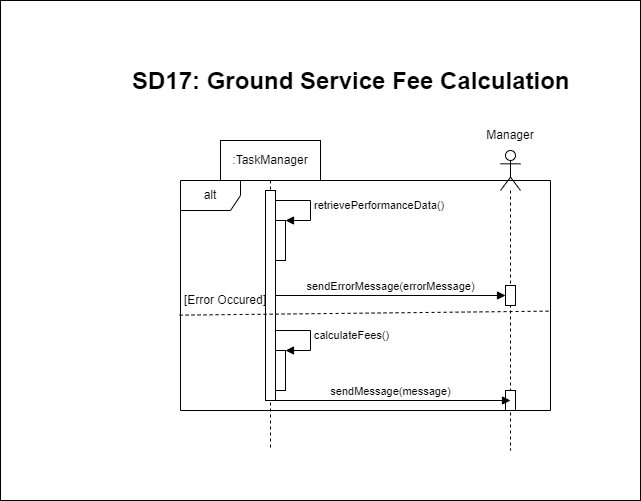
Above: Diagramms/Sequence Diagrams/SequenceDiagram17.png in Smr002/Group01_Airport_Management_System (draw.io), before the change. Source tidied: cells renumbered, new cells last; positions are measured from the earlier drawing's top-left corner, leaving out a move shared by most shapes.
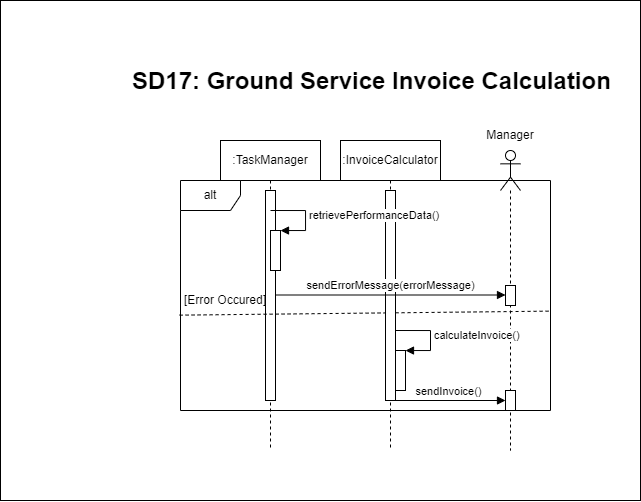
After the change.

Commit message:
fixing seqeunce diagram 17

Change to the diagram source:
```diff
@@ -11,31 +11,7 @@
     <mxCell id="4" style="html=1;points=[];perimeter=orthogonalPerimeter;outlineConnect=0;targetShapes=umlLifeline;portConstraint=eastwest;newEdgeStyle={&quot;edgeStyle&quot;:&quot;elbowEdgeStyle&quot;,&quot;elbow&quot;:&quot;vertical&quot;,&quot;curved&quot;:0,&quot;rounded&quot;:0};" parent="3" vertex="1">
       <mxGeometry x="45" y="50" width="10" height="210" as="geometry" />
     </mxCell>
-    <mxCell id="5" value="&lt;span style=&quot;color: rgba(0, 0, 0, 0); font-family: monospace; font-size: 0px; text-align: start;&quot;&gt;%3CmxGraphModel%3E%3Croot%3E%3CmxCell%20id%3D%220%22%2F%3E%3CmxCell%20id%3D%221%22%20parent%3D%220%22%2F%3E%3CmxCell%20id%3D%222%22%20value%3D%22%22%20style%3D%22html%3D1%3Bpoints%3D%5B%5B0%2C0%2C0%2C0%2C5%5D%2C%5B0%2C1%2C0%2C0%2C-5%5D%2C%5B1%2C0%2C0%2C0%2C5%5D%2C%5B1%2C1%2C0%2C0%2C-5%5D%5D%3Bperimeter%3DorthogonalPerimeter%3BoutlineConnect%3D0%3BtargetShapes%3DumlLifeline%3BportConstraint%3Deastwest%3BnewEdgeStyle%3D%7B%26quot%3Bcurved%26quot%3B%3A0%2C%26quot%3Brounded%26quot%3B%3A0%7D%3B%22%20vertex%3D%221%22%20parent%3D%221%22%3E%3CmxGeometry%20x%3D%22315%22%20y%3D%22150%22%20width%3D%2210%22%20height%3D%2240%22%20as%3D%22geometry%22%2F%3E%3C%2FmxCell%3E%3CmxCell%20id%3D%223%22%20value%3D%22validateCredentials(username%2Cpassword)%22%20style%3D%22html%3D1%3Balign%3Dleft%3BspacingLeft%3D2%3BendArrow%3Dblock%3Brounded%3D0%3BedgeStyle%3DorthogonalEdgeStyle%3Bcurved%3D0%3Brounded%3D0%3B%22%20edge%3D%221%22%20target%3D%222%22%20parent%3D%221%22%3E%3CmxGeometry%20relative%3D%221%22%20as%3D%22geometry%22%3E%3CmxPoint%20x%3D%22315%22%20y%3D%22130%22%20as%3D%22sourcePoint%22%2F%3E%3CArray%20as%3D%22points%22%3E%3CmxPoint%20x%3D%22350%22%20y%3D%22130%22%2F%3E%3CmxPoint%20x%3D%22350%22%20y%3D%22150%22%2F%3E%3C%2FArray%3E%3CmxPoint%20x%3D%22325%22%20y%3D%22140%22%20as%3D%22targetPoint%22%2F%3E%3C%2FmxGeometry%3E%3C%2FmxCell%3E%3C%2Froot%3E%3C%2FmxGraphModel%3E&lt;/span&gt;" style="html=1;points=[[0,0,0,0,5],[0,1,0,0,-5],[1,0,0,0,5],[1,1,0,0,-5]];perimeter=orthogonalPerimeter;outlineConnect=0;targetShapes=umlLifeline;portConstraint=eastwest;newEdgeStyle={&quot;curved&quot;:0,&quot;rounded&quot;:0};" parent="3" vertex="1">
-      <mxGeometry x="55" y="80" width="10" height="40" as="geometry" />
-    </mxCell>
-    <mxCell id="6" value="retrievePerformanceData()" style="html=1;align=left;spacingLeft=2;endArrow=block;rounded=0;edgeStyle=orthogonalEdgeStyle;curved=0;rounded=0;" parent="3" edge="1" target="5">
-      <mxGeometry relative="1" as="geometry">
-        <mxPoint x="55" y="60" as="sourcePoint" />
-        <Array as="points">
-          <mxPoint x="90" y="60" />
-          <mxPoint x="90" y="80" />
-        </Array>
-      </mxGeometry>
-    </mxCell>
-    <mxCell id="7" value="&lt;span style=&quot;color: rgba(0, 0, 0, 0); font-family: monospace; font-size: 0px; text-align: start;&quot;&gt;%3CmxGraphModel%3E%3Croot%3E%3CmxCell%20id%3D%220%22%2F%3E%3CmxCell%20id%3D%221%22%20parent%3D%220%22%2F%3E%3CmxCell%20id%3D%222%22%20value%3D%22%22%20style%3D%22html%3D1%3Bpoints%3D%5B%5B0%2C0%2C0%2C0%2C5%5D%2C%5B0%2C1%2C0%2C0%2C-5%5D%2C%5B1%2C0%2C0%2C0%2C5%5D%2C%5B1%2C1%2C0%2C0%2C-5%5D%5D%3Bperimeter%3DorthogonalPerimeter%3BoutlineConnect%3D0%3BtargetShapes%3DumlLifeline%3BportConstraint%3Deastwest%3BnewEdgeStyle%3D%7B%26quot%3Bcurved%26quot%3B%3A0%2C%26quot%3Brounded%26quot%3B%3A0%7D%3B%22%20vertex%3D%221%22%20parent%3D%221%22%3E%3CmxGeometry%20x%3D%22315%22%20y%3D%22150%22%20width%3D%2210%22%20height%3D%2240%22%20as%3D%22geometry%22%2F%3E%3C%2FmxCell%3E%3CmxCell%20id%3D%223%22%20value%3D%22validateCredentials(username%2Cpassword)%22%20style%3D%22html%3D1%3Balign%3Dleft%3BspacingLeft%3D2%3BendArrow%3Dblock%3Brounded%3D0%3BedgeStyle%3DorthogonalEdgeStyle%3Bcurved%3D0%3Brounded%3D0%3B%22%20edge%3D%221%22%20target%3D%222%22%20parent%3D%221%22%3E%3CmxGeometry%20relative%3D%221%22%20as%3D%22geometry%22%3E%3CmxPoint%20x%3D%22315%22%20y%3D%22130%22%20as%3D%22sourcePoint%22%2F%3E%3CArray%20as%3D%22points%22%3E%3CmxPoint%20x%3D%22350%22%20y%3D%22130%22%2F%3E%3CmxPoint%20x%3D%22350%22%20y%3D%22150%22%2F%3E%3C%2FArray%3E%3CmxPoint%20x%3D%22325%22%20y%3D%22140%22%20as%3D%22targetPoint%22%2F%3E%3C%2FmxGeometry%3E%3C%2FmxCell%3E%3C%2Froot%3E%3C%2FmxGraphModel%3E&lt;/span&gt;" style="html=1;points=[[0,0,0,0,5],[0,1,0,0,-5],[1,0,0,0,5],[1,1,0,0,-5]];perimeter=orthogonalPerimeter;outlineConnect=0;targetShapes=umlLifeline;portConstraint=eastwest;newEdgeStyle={&quot;curved&quot;:0,&quot;rounded&quot;:0};" parent="3" vertex="1">
-      <mxGeometry x="55" y="210" width="10" height="40" as="geometry" />
-    </mxCell>
-    <mxCell id="8" value="calculateFees()" style="html=1;align=left;spacingLeft=2;endArrow=block;rounded=0;edgeStyle=orthogonalEdgeStyle;curved=0;rounded=0;" parent="3" edge="1" target="7">
-      <mxGeometry relative="1" as="geometry">
-        <mxPoint x="55" y="190" as="sourcePoint" />
-        <Array as="points">
-          <mxPoint x="90" y="190" />
-          <mxPoint x="90" y="210" />
-        </Array>
-      </mxGeometry>
-    </mxCell>
-    <mxCell id="9" value="&lt;h1 style=&quot;margin-top: 0px;&quot;&gt;SD17: Ground Service Fee Calculation&lt;/h1&gt;" style="text;html=1;whiteSpace=wrap;overflow=hidden;rounded=0;" parent="1" vertex="1">
+    <mxCell id="9" value="&lt;h1 style=&quot;margin-top: 0px;&quot;&gt;SD17: Ground Service Invoice Calculation&lt;/h1&gt;" style="text;html=1;whiteSpace=wrap;overflow=hidden;rounded=0;" parent="1" vertex="1">
       <mxGeometry x="130" y="60" width="490" height="40" as="geometry" />
     </mxCell>
     <mxCell id="10" style="shape=umlLifeline;perimeter=lifelinePerimeter;whiteSpace=wrap;html=1;newEdgeStyle={&quot;curved&quot;:0,&quot;rounded&quot;:0};participant=umlActor;" parent="1" vertex="1">
@@ -56,19 +32,51 @@
     <mxCell id="15" value="[Error Occured]" style="text;strokeColor=none;align=center;fillColor=none;html=1;verticalAlign=middle;whiteSpace=wrap;rounded=0;" parent="1" vertex="1">
       <mxGeometry x="180" y="287.5" width="90" height="25" as="geometry" />
     </mxCell>
+    <mxCell id="17" style="endArrow=none;dashed=1;html=1;rounded=0;exitX=0.002;exitY=0.476;exitDx=0;exitDy=0;exitPerimeter=0;entryX=0.997;entryY=0.568;entryDx=0;entryDy=0;entryPerimeter=0;" parent="1" edge="1" target="14">
+      <mxGeometry relative="1" as="geometry">
+        <mxPoint x="179.1" y="314.6" as="sourcePoint" />
+      </mxGeometry>
+    </mxCell>
+    <mxCell id="19" value=":InvoiceCalculator" style="shape=umlLifeline;perimeter=lifelinePerimeter;whiteSpace=wrap;html=1;newEdgeStyle={&quot;edgeStyle&quot;:&quot;elbowEdgeStyle&quot;,&quot;elbow&quot;:&quot;vertical&quot;,&quot;curved&quot;:0,&quot;rounded&quot;:0};" parent="1" vertex="1">
+      <mxGeometry x="340" y="140" width="100" height="310" as="geometry" />
+    </mxCell>
+    <mxCell id="20" style="html=1;perimeter=orthogonalPerimeter;targetShapes=umlLifeline;newEdgeStyle={&quot;edgeStyle&quot;:&quot;elbowEdgeStyle&quot;,&quot;elbow&quot;:&quot;vertical&quot;,&quot;curved&quot;:0,&quot;rounded&quot;:0};" parent="19" vertex="1">
+      <mxGeometry x="45" y="50" width="10" height="210" as="geometry" />
+    </mxCell>
+    <mxCell id="7" value="&lt;span style=&quot;color: rgba(0, 0, 0, 0); font-family: monospace; font-size: 0px; text-align: start;&quot;&gt;%3CmxGraphModel%3E%3Croot%3E%3CmxCell%20id%3D%220%22%2F%3E%3CmxCell%20id%3D%221%22%20parent%3D%220%22%2F%3E%3CmxCell%20id%3D%222%22%20value%3D%22%22%20style%3D%22html%3D1%3Bpoints%3D%5B%5B0%2C0%2C0%2C0%2C5%5D%2C%5B0%2C1%2C0%2C0%2C-5%5D%2C%5B1%2C0%2C0%2C0%2C5%5D%2C%5B1%2C1%2C0%2C0%2C-5%5D%5D%3Bperimeter%3DorthogonalPerimeter%3BoutlineConnect%3D0%3BtargetShapes%3DumlLifeline%3BportConstraint%3Deastwest%3BnewEdgeStyle%3D%7B%26quot%3Bcurved%26quot%3B%3A0%2C%26quot%3Brounded%26quot%3B%3A0%7D%3B%22%20vertex%3D%221%22%20parent%3D%221%22%3E%3CmxGeometry%20x%3D%22315%22%20y%3D%22150%22%20width%3D%2210%22%20height%3D%2240%22%20as%3D%22geometry%22%2F%3E%3C%2FmxCell%3E%3CmxCell%20id%3D%223%22%20value%3D%22validateCredentials(username%2Cpassword)%22%20style%3D%22html%3D1%3Balign%3Dleft%3BspacingLeft%3D2%3BendArrow%3Dblock%3Brounded%3D0%3BedgeStyle%3DorthogonalEdgeStyle%3Bcurved%3D0%3Brounded%3D0%3B%22%20edge%3D%221%22%20target%3D%222%22%20parent%3D%221%22%3E%3CmxGeometry%20relative%3D%221%22%20as%3D%22geometry%22%3E%3CmxPoint%20x%3D%22315%22%20y%3D%22130%22%20as%3D%22sourcePoint%22%2F%3E%3CArray%20as%3D%22points%22%3E%3CmxPoint%20x%3D%22350%22%20y%3D%22130%22%2F%3E%3CmxPoint%20x%3D%22350%22%20y%3D%22150%22%2F%3E%3C%2FArray%3E%3CmxPoint%20x%3D%22325%22%20y%3D%22140%22%20as%3D%22targetPoint%22%2F%3E%3C%2FmxGeometry%3E%3C%2FmxCell%3E%3C%2Froot%3E%3C%2FmxGraphModel%3E&lt;/span&gt;" style="html=1;points=[[0,0,0,0,5],[0,1,0,0,-5],[1,0,0,0,5],[1,1,0,0,-5]];perimeter=orthogonalPerimeter;outlineConnect=0;targetShapes=umlLifeline;portConstraint=eastwest;newEdgeStyle={&quot;curved&quot;:0,&quot;rounded&quot;:0};" parent="19" vertex="1">
+      <mxGeometry x="55" y="210" width="10" height="40" as="geometry" />
+    </mxCell>
+    <mxCell id="21" value="calculateInvoice()" style="html=1;align=left;spacingLeft=2;endArrow=block;rounded=0;edgeStyle=orthogonalEdgeStyle;curved=0;rounded=0;" parent="19" edge="1" target="7">
+      <mxGeometry relative="1" as="geometry">
+        <mxPoint x="55" y="190" as="sourcePoint" />
+        <Array as="points">
+          <mxPoint x="90" y="190" />
+          <mxPoint x="90" y="210" />
+        </Array>
+      </mxGeometry>
+    </mxCell>
-    <mxCell id="16" value="sendErrorMessage(errorMessage)" style="html=1;verticalAlign=bottom;endArrow=block;curved=0;rounded=0;" parent="1" edge="1" source="4" target="11">
-      <mxGeometry relative="1" as="geometry" />
+    <mxCell id="16" value="sendErrorMessage(errorMessage)" style="html=1;verticalAlign=bottom;endArrow=block;curved=0;rounded=0;" parent="1" edge="1">
+      <mxGeometry relative="1" as="geometry">
+        <mxPoint x="275" y="294.5" as="sourcePoint" />
+        <mxPoint x="505" y="294.5" as="targetPoint" />
+      </mxGeometry>
     </mxCell>
-    <mxCell id="17" style="endArrow=none;dashed=1;html=1;rounded=0;exitX=0.002;exitY=0.476;exitDx=0;exitDy=0;exitPerimeter=0;entryX=0.997;entryY=0.568;entryDx=0;entryDy=0;entryPerimeter=0;" parent="1" edge="1" target="14">
-      <mxGeometry relative="1" as="geometry">
-        <mxPoint x="179.1" y="314.6" as="sourcePoint" />
-      </mxGeometry>
-    </mxCell>
-    <mxCell id="18" value="sendMessage(message)" style="html=1;verticalAlign=bottom;endArrow=block;curved=0;rounded=0;" parent="1" edge="1">
-      <mxGeometry relative="1" as="geometry">
-        <mxPoint x="270" y="400" as="sourcePoint" />
-        <mxPoint x="510" y="400" as="targetPoint" />
-      </mxGeometry>
-    </mxCell>
+    <mxCell id="5" value="&lt;span style=&quot;color: rgba(0, 0, 0, 0); font-family: monospace; font-size: 0px; text-align: start;&quot;&gt;%3CmxGraphModel%3E%3Croot%3E%3CmxCell%20id%3D%220%22%2F%3E%3CmxCell%20id%3D%221%22%20parent%3D%220%22%2F%3E%3CmxCell%20id%3D%222%22%20value%3D%22%22%20style%3D%22html%3D1%3Bpoints%3D%5B%5B0%2C0%2C0%2C0%2C5%5D%2C%5B0%2C1%2C0%2C0%2C-5%5D%2C%5B1%2C0%2C0%2C0%2C5%5D%2C%5B1%2C1%2C0%2C0%2C-5%5D%5D%3Bperimeter%3DorthogonalPerimeter%3BoutlineConnect%3D0%3BtargetShapes%3DumlLifeline%3BportConstraint%3Deastwest%3BnewEdgeStyle%3D%7B%26quot%3Bcurved%26quot%3B%3A0%2C%26quot%3Brounded%26quot%3B%3A0%7D%3B%22%20vertex%3D%221%22%20parent%3D%221%22%3E%3CmxGeometry%20x%3D%22315%22%20y%3D%22150%22%20width%3D%2210%22%20height%3D%2240%22%20as%3D%22geometry%22%2F%3E%3C%2FmxCell%3E%3CmxCell%20id%3D%223%22%20value%3D%22validateCredentials(username%2Cpassword)%22%20style%3D%22html%3D1%3Balign%3Dleft%3BspacingLeft%3D2%3BendArrow%3Dblock%3Brounded%3D0%3BedgeStyle%3DorthogonalEdgeStyle%3Bcurved%3D0%3Brounded%3D0%3B%22%20edge%3D%221%22%20target%3D%222%22%20parent%3D%221%22%3E%3CmxGeometry%20relative%3D%221%22%20as%3D%22geometry%22%3E%3CmxPoint%20x%3D%22315%22%20y%3D%22130%22%20as%3D%22sourcePoint%22%2F%3E%3CArray%20as%3D%22points%22%3E%3CmxPoint%20x%3D%22350%22%20y%3D%22130%22%2F%3E%3CmxPoint%20x%3D%22350%22%20y%3D%22150%22%2F%3E%3C%2FArray%3E%3CmxPoint%20x%3D%22325%22%20y%3D%22140%22%20as%3D%22targetPoint%22%2F%3E%3C%2FmxGeometry%3E%3C%2FmxCell%3E%3C%2Froot%3E%3C%2FmxGraphModel%3E&lt;/span&gt;" style="html=1;points=[[0,0,0,0,5],[0,1,0,0,-5],[1,0,0,0,5],[1,1,0,0,-5]];perimeter=orthogonalPerimeter;outlineConnect=0;targetShapes=umlLifeline;portConstraint=eastwest;newEdgeStyle={&quot;curved&quot;:0,&quot;rounded&quot;:0};" parent="1" vertex="1">
+      <mxGeometry x="270" y="230" width="10" height="40" as="geometry" />
+    </mxCell>
+    <mxCell id="6" value="retrievePerformanceData()" style="html=1;align=left;spacingLeft=2;endArrow=block;rounded=0;edgeStyle=orthogonalEdgeStyle;curved=0;rounded=0;" parent="1" edge="1" target="5">
+      <mxGeometry relative="1" as="geometry">
+        <mxPoint x="270" y="210" as="sourcePoint" />
+        <Array as="points">
+          <mxPoint x="305" y="210" />
+          <mxPoint x="305" y="230" />
+        </Array>
+      </mxGeometry>
+    </mxCell>
+    <mxCell id="22" value="sendInvoice()" style="html=1;verticalAlign=bottom;endArrow=block;curved=0;rounded=0;" parent="1" edge="1" target="12">
+      <mxGeometry relative="1" as="geometry">
+        <mxPoint x="390" y="400" as="sourcePoint" />
+      </mxGeometry>
+    </mxCell>
   </root>
 </mxGraphModel>
```
